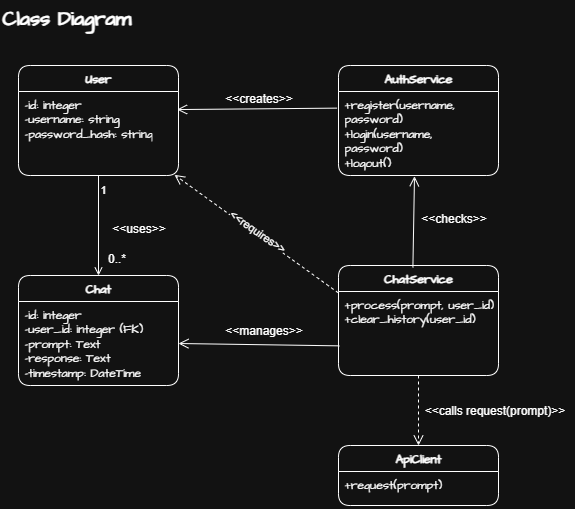
The draw.io diagram docs/class_diagram.png in gapacurar/AIFacade, before a commit. Source tidied: cells renumbered, new cells last; positions are measured from the earlier drawing's top-left corner, leaving out a move shared by most shapes.
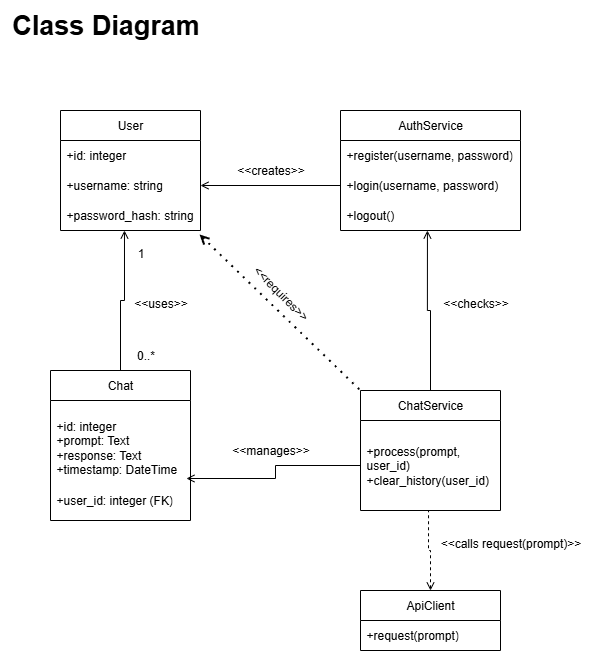
The same file after the commit.

Commit message:
changed the class diagram png to properly show that the attributes are public and not private.

Diff of the diagram source:
```diff
@@ -2,84 +2,95 @@
   <root>
     <mxCell id="0" />
     <mxCell id="1" parent="0" />
-    <mxCell id="2" value="User" style="swimlane;fontStyle=1;align=center;verticalAlign=top;horizontal=1;startSize=26;whiteSpace=wrap;html=1;hachureGap=4;fontFamily=Architects Daughter;fontSource=https%3A%2F%2Ffonts.googleapis.com%2Fcss%3Ffamily%3DArchitects%2BDaughter;rounded=1;labelBackgroundColor=none;" parent="1" vertex="1">
-      <mxGeometry x="18" y="66" width="160" height="110" as="geometry" />
+    <mxCell id="2" value="User" style="swimlane;fontStyle=0;horizontal=1;startSize=30;whiteSpace=wrap;html=1;" parent="1" vertex="1">
+      <mxGeometry x="78" y="196" width="140" height="120" as="geometry" />
     </mxCell>
-    <mxCell id="3" value="-id: integer&lt;div&gt;-username: string&lt;/div&gt;&lt;div&gt;-password_hash: string&lt;/div&gt;" style="text;strokeColor=none;fillColor=none;align=left;verticalAlign=top;spacingLeft=4;spacingRight=4;overflow=hidden;points=[[0,0.5],[1,0.5]];portConstraint=eastwest;whiteSpace=wrap;html=1;fontFamily=Architects Daughter;fontSource=https%3A%2F%2Ffonts.googleapis.com%2Fcss%3Ffamily%3DArchitects%2BDaughter;rounded=1;labelBackgroundColor=none;" parent="2" vertex="1">
-      <mxGeometry y="26" width="160" height="84" as="geometry" />
-    </mxCell>
+    <mxCell id="27" value="+id: integer" style="text;strokeColor=none;fillColor=none;align=left;verticalAlign=middle;spacingLeft=4;spacingRight=4;overflow=hidden;whiteSpace=wrap;html=1;" parent="2" vertex="1">
+      <mxGeometry y="30" width="140" height="30" as="geometry" />
+    </mxCell>
+    <mxCell id="28" value="+username: string" style="text;strokeColor=none;fillColor=none;align=left;verticalAlign=middle;spacingLeft=4;spacingRight=4;overflow=hidden;points=[[0,0.5],[1,0.5]];portConstraint=eastwest;whiteSpace=wrap;html=1;" parent="2" vertex="1">
+      <mxGeometry y="60" width="140" height="30" as="geometry" />
+    </mxCell>
+    <mxCell id="29" value="+password_hash: string" style="text;strokeColor=none;fillColor=none;align=left;verticalAlign=middle;spacingLeft=4;spacingRight=4;overflow=hidden;points=[[0,0.5],[1,0.5]];portConstraint=eastwest;whiteSpace=wrap;html=1;" parent="2" vertex="1">
+      <mxGeometry y="90" width="140" height="30" as="geometry" />
+    </mxCell>
-    <mxCell id="4" value="Chat&lt;div&gt;&lt;br&gt;&lt;/div&gt;" style="swimlane;fontStyle=1;align=center;verticalAlign=top;horizontal=1;startSize=26;whiteSpace=wrap;html=1;hachureGap=4;fontFamily=Architects Daughter;fontSource=https://fonts.googleapis.com/css?family=Architects+Daughter;rounded=1;labelBackgroundColor=none;" parent="1" vertex="1">
-      <mxGeometry x="18" y="276" width="160" height="110" as="geometry" />
+    <mxCell id="4" value="Chat" style="swimlane;fontStyle=0;horizontal=1;startSize=30;whiteSpace=wrap;html=1;" parent="1" vertex="1">
+      <mxGeometry x="68" y="456" width="140" height="150" as="geometry" />
     </mxCell>
-    <mxCell id="5" value="-id: integer&lt;div&gt;-user_id: integer (FK)&lt;/div&gt;&lt;div&gt;-prompt: Text&lt;/div&gt;&lt;div&gt;-response: Text&lt;/div&gt;&lt;div&gt;-timestamp: DateTime&lt;/div&gt;" style="text;strokeColor=none;fillColor=none;align=left;verticalAlign=top;spacingLeft=4;spacingRight=4;overflow=hidden;points=[[0,0.5],[1,0.5]];portConstraint=eastwest;whiteSpace=wrap;html=1;fontFamily=Architects Daughter;fontSource=https://fonts.googleapis.com/css?family=Architects+Daughter;rounded=1;labelBackgroundColor=none;" parent="4" vertex="1">
-      <mxGeometry y="26" width="160" height="84" as="geometry" />
-    </mxCell>
+    <mxCell id="30" value="&lt;br&gt;&lt;div&gt;+id: integer&lt;/div&gt;&lt;div&gt;+prompt: Text&lt;div&gt;+response: Text&lt;/div&gt;&lt;div&gt;+timestamp: DateTime&lt;/div&gt;&lt;/div&gt;" style="text;strokeColor=none;fillColor=none;align=left;verticalAlign=middle;spacingLeft=4;spacingRight=4;overflow=hidden;whiteSpace=wrap;html=1;" parent="4" vertex="1">
+      <mxGeometry y="30" width="140" height="80" as="geometry" />
+    </mxCell>
+    <mxCell id="31" value="+user_id: integer (FK)" style="text;strokeColor=none;fillColor=none;align=left;verticalAlign=middle;spacingLeft=4;spacingRight=4;overflow=hidden;points=[[0,0.5],[1,0.5]];portConstraint=eastwest;whiteSpace=wrap;html=1;" parent="4" vertex="1">
+      <mxGeometry y="110" width="140" height="40" as="geometry" />
+    </mxCell>
-    <mxCell id="6" value="AuthService" style="swimlane;fontStyle=1;align=center;verticalAlign=top;horizontal=1;startSize=26;whiteSpace=wrap;html=1;hachureGap=4;fontFamily=Architects Daughter;fontSource=https://fonts.googleapis.com/css?family=Architects+Daughter;rounded=1;labelBackgroundColor=none;" parent="1" vertex="1">
-      <mxGeometry x="338" y="66" width="160" height="110" as="geometry" />
+    <mxCell id="6" value="AuthService" style="swimlane;fontStyle=0;horizontal=1;startSize=30;whiteSpace=wrap;html=1;" parent="1" vertex="1">
+      <mxGeometry x="358" y="196" width="180" height="120" as="geometry" />
     </mxCell>
-    <mxCell id="7" value="+register(username, password)&lt;div&gt;+login(username, password)&lt;/div&gt;&lt;div&gt;+logout()&lt;/div&gt;" style="text;strokeColor=none;fillColor=none;align=left;verticalAlign=top;spacingLeft=4;spacingRight=4;overflow=hidden;points=[[0,0.5],[1,0.5]];portConstraint=eastwest;whiteSpace=wrap;html=1;fontFamily=Architects Daughter;fontSource=https://fonts.googleapis.com/css?family=Architects+Daughter;rounded=1;labelBackgroundColor=none;" parent="6" vertex="1">
-      <mxGeometry y="26" width="160" height="84" as="geometry" />
-    </mxCell>
+    <mxCell id="32" value="+register(username, password)" style="text;strokeColor=none;fillColor=none;align=left;verticalAlign=middle;spacingLeft=4;spacingRight=4;overflow=hidden;whiteSpace=wrap;html=1;" parent="6" vertex="1">
+      <mxGeometry y="30" width="180" height="30" as="geometry" />
+    </mxCell>
+    <mxCell id="33" value="+login(username, password)" style="text;strokeColor=none;fillColor=none;align=left;verticalAlign=middle;spacingLeft=4;spacingRight=4;overflow=hidden;points=[[0,0.5],[1,0.5]];portConstraint=eastwest;whiteSpace=wrap;html=1;" parent="6" vertex="1">
+      <mxGeometry y="60" width="180" height="30" as="geometry" />
+    </mxCell>
+    <mxCell id="34" value="+logout()" style="text;strokeColor=none;fillColor=none;align=left;verticalAlign=middle;spacingLeft=4;spacingRight=4;overflow=hidden;points=[[0,0.5],[1,0.5]];portConstraint=eastwest;whiteSpace=wrap;html=1;" parent="6" vertex="1">
+      <mxGeometry y="90" width="180" height="30" as="geometry" />
+    </mxCell>
-    <mxCell id="8" value="ChatService" style="swimlane;fontStyle=1;align=center;verticalAlign=top;horizontal=1;startSize=26;whiteSpace=wrap;html=1;hachureGap=4;fontFamily=Architects Daughter;fontSource=https://fonts.googleapis.com/css?family=Architects+Daughter;rounded=1;labelBackgroundColor=none;" parent="1" vertex="1">
-      <mxGeometry x="338" y="266" width="160" height="110" as="geometry" />
+    <mxCell id="8" value="ChatService" style="swimlane;fontStyle=0;horizontal=1;startSize=30;whiteSpace=wrap;html=1;" parent="1" vertex="1">
+      <mxGeometry x="378" y="476" width="140" height="120" as="geometry" />
     </mxCell>
-    <mxCell id="9" value="+process(prompt, user_id)&lt;div&gt;+clear_history(user_id)&lt;/div&gt;" style="text;strokeColor=none;fillColor=none;align=left;verticalAlign=top;spacingLeft=4;spacingRight=4;overflow=hidden;points=[[0,0.5],[1,0.5]];portConstraint=eastwest;whiteSpace=wrap;html=1;fontFamily=Architects Daughter;fontSource=https://fonts.googleapis.com/css?family=Architects+Daughter;rounded=1;labelBackgroundColor=none;" parent="8" vertex="1">
-      <mxGeometry y="26" width="160" height="84" as="geometry" />
+    <mxCell id="9" value="+process(prompt, user_id)&lt;div&gt;+clear_history(user_id)&lt;/div&gt;" style="text;strokeColor=none;fillColor=none;align=left;verticalAlign=middle;spacingLeft=4;spacingRight=4;overflow=hidden;points=[[0,0.5],[1,0.5]];portConstraint=eastwest;whiteSpace=wrap;html=1;" parent="8" vertex="1">
+      <mxGeometry y="30" width="140" height="90" as="geometry" />
     </mxCell>
-    <mxCell id="10" value="ApiClient&lt;div&gt;&lt;br&gt;&lt;/div&gt;" style="swimlane;fontStyle=1;align=center;verticalAlign=top;horizontal=1;startSize=26;whiteSpace=wrap;html=1;hachureGap=4;fontFamily=Architects Daughter;fontSource=https://fonts.googleapis.com/css?family=Architects+Daughter;rounded=1;labelBackgroundColor=none;" parent="1" vertex="1">
-      <mxGeometry x="338" y="446" width="160" height="60" as="geometry" />
+    <mxCell id="10" value="ApiClient" style="swimlane;fontStyle=0;horizontal=1;startSize=30;whiteSpace=wrap;html=1;" parent="1" vertex="1">
+      <mxGeometry x="378" y="676" width="140" height="60" as="geometry" />
     </mxCell>
-    <mxCell id="11" value="+request(prompt)" style="text;strokeColor=none;fillColor=none;align=left;verticalAlign=top;spacingLeft=4;spacingRight=4;overflow=hidden;whiteSpace=wrap;html=1;fontFamily=Architects Daughter;fontSource=https://fonts.googleapis.com/css?family=Architects+Daughter;rounded=1;labelBackgroundColor=none;" parent="10" vertex="1">
-      <mxGeometry y="26" width="160" height="34" as="geometry" />
+    <mxCell id="11" value="+request(prompt)" style="text;strokeColor=none;fillColor=none;align=left;verticalAlign=middle;spacingLeft=4;spacingRight=4;overflow=hidden;whiteSpace=wrap;html=1;" parent="10" vertex="1">
+      <mxGeometry y="30" width="140" height="30" as="geometry" />
     </mxCell>
-    <mxCell id="12" style="endArrow=open;endFill=0;html=1;edgeStyle=orthogonalEdgeStyle;align=left;verticalAlign=top;rounded=0;exitX=0.5;exitY=1;exitDx=0;exitDy=0;labelBackgroundColor=none;fontColor=default;" parent="1" edge="1" source="2" target="4">
-      <mxGeometry x="-1" relative="1" as="geometry" />
-    </mxCell>
+    <mxCell id="35" style="edgeStyle=orthogonalEdgeStyle;rounded=0;jettySize=auto;html=1;exitX=0;exitY=0.5;exitDx=0;exitDy=0;entryX=0.971;entryY=-0.05;entryDx=0;entryDy=0;entryPerimeter=0;endArrow=open;endFill=0;" parent="1" edge="1" source="9" target="31">
+      <mxGeometry relative="1" as="geometry" />
+    </mxCell>
+    <mxCell id="19" value="&amp;lt;&amp;lt;manages&amp;gt;&amp;gt;" style="text;html=1;align=center;verticalAlign=middle;strokeColor=none;fillColor=none;" parent="1" vertex="1">
+      <mxGeometry x="238" y="521" width="100" height="30" as="geometry" />
+    </mxCell>
+    <mxCell id="36" style="edgeStyle=orthogonalEdgeStyle;rounded=0;jettySize=auto;html=1;exitX=0.5;exitY=0;exitDx=0;exitDy=0;entryX=0.457;entryY=1;entryDx=0;entryDy=0;entryPerimeter=0;endArrow=open;endFill=0;" parent="1" edge="1" source="4" target="29">
+      <mxGeometry relative="1" as="geometry" />
+    </mxCell>
-    <mxCell id="13" value="1" style="edgeLabel;html=1;align=left;verticalAlign=bottom;labelBackgroundColor=none;" parent="12" vertex="1">
-      <mxGeometry x="-1" relative="1" as="geometry">
-        <mxPoint y="22" as="offset" />
-      </mxGeometry>
+    <mxCell id="13" value="1" style="text;html=1;align=center;verticalAlign=middle;strokeColor=none;fillColor=none;" parent="1" vertex="1">
+      <mxGeometry x="143" y="324" width="30" height="30" as="geometry" />
     </mxCell>
-    <mxCell id="14" value="0..*" style="text;html=1;align=center;verticalAlign=middle;strokeColor=none;fillColor=none;labelBackgroundColor=none;" parent="1" vertex="1">
-      <mxGeometry x="96" y="244" width="40" height="30" as="geometry" />
+    <mxCell id="14" value="0..*" style="text;html=1;align=center;verticalAlign=middle;strokeColor=none;fillColor=none;" parent="1" vertex="1">
+      <mxGeometry x="143" y="426" width="40" height="30" as="geometry" />
     </mxCell>
-    <mxCell id="15" value="&amp;lt;&amp;lt;uses&amp;gt;&amp;gt;" style="text;html=1;align=center;verticalAlign=middle;strokeColor=none;fillColor=none;labelBackgroundColor=none;" parent="1" vertex="1">
-      <mxGeometry x="98" y="214" width="80" height="30" as="geometry" />
+    <mxCell id="15" value="&amp;lt;&amp;lt;uses&amp;gt;&amp;gt;" style="text;html=1;align=center;verticalAlign=middle;strokeColor=none;fillColor=none;" parent="1" vertex="1">
+      <mxGeometry x="138" y="374" width="80" height="30" as="geometry" />
     </mxCell>
-    <mxCell id="16" style="endArrow=open;startArrow=none;endFill=0;startFill=0;endSize=8;html=1;verticalAlign=bottom;labelBackgroundColor=none;strokeWidth=1;rounded=0;entryX=0.991;entryY=0.215;entryDx=0;entryDy=0;entryPerimeter=0;exitX=-0.009;exitY=0.198;exitDx=0;exitDy=0;exitPerimeter=0;fontColor=default;" parent="1" edge="1" source="7" target="3">
-      <mxGeometry relative="1" as="geometry" />
-    </mxCell>
+    <mxCell id="37" style="edgeStyle=orthogonalEdgeStyle;rounded=0;jettySize=auto;html=1;exitX=0.5;exitY=0;exitDx=0;exitDy=0;entryX=0.486;entryY=1;entryDx=0;entryDy=0;entryPerimeter=0;startArrow=open;startFill=0;endArrow=none;endFill=0;dashed=1;" parent="1" edge="1" source="10" target="9">
+      <mxGeometry relative="1" as="geometry" />
+    </mxCell>
+    <mxCell id="21" value="&amp;lt;&amp;lt;calls request(prompt)&amp;gt;&amp;gt;" style="text;html=1;align=center;verticalAlign=middle;strokeColor=none;fillColor=none;" parent="1" vertex="1">
+      <mxGeometry x="448" y="614" width="160" height="30" as="geometry" />
+    </mxCell>
+    <mxCell id="38" style="edgeStyle=orthogonalEdgeStyle;rounded=0;jettySize=auto;html=1;exitX=0.5;exitY=0;exitDx=0;exitDy=0;entryX=0.483;entryY=1;entryDx=0;entryDy=0;entryPerimeter=0;endArrow=open;endFill=0;" parent="1" edge="1" source="8" target="34">
+      <mxGeometry relative="1" as="geometry" />
+    </mxCell>
+    <mxCell id="23" value="&amp;lt;&amp;lt;checks&amp;gt;&amp;gt;" style="text;html=1;align=center;verticalAlign=middle;strokeColor=none;fillColor=none;" parent="1" vertex="1">
+      <mxGeometry x="448" y="374" width="90" height="30" as="geometry" />
+    </mxCell>
+    <mxCell id="39" style="endArrow=none;dashed=1;html=1;dashPattern=1 3;strokeWidth=2;rounded=0;entryX=0;entryY=0;entryDx=0;entryDy=0;exitX=0.993;exitY=1.133;exitDx=0;exitDy=0;exitPerimeter=0;endFill=0;startArrow=open;startFill=0;" parent="1" edge="1" source="29" target="8">
+      <mxGeometry relative="1" as="geometry" />
+    </mxCell>
+    <mxCell id="25" value="&amp;lt;&amp;lt;requires&amp;gt;&amp;gt;" style="text;html=1;align=center;verticalAlign=middle;strokeColor=none;fillColor=none;rotation=45;" parent="1" vertex="1">
+      <mxGeometry x="253" y="364" width="90" height="30" as="geometry" />
+    </mxCell>
+    <mxCell id="40" style="edgeStyle=orthogonalEdgeStyle;rounded=0;jettySize=auto;html=1;exitX=1;exitY=0.5;exitDx=0;exitDy=0;endArrow=none;endFill=0;startArrow=open;startFill=0;" parent="1" edge="1" source="28" target="33">
+      <mxGeometry relative="1" as="geometry" />
+    </mxCell>
-    <mxCell id="17" value="&amp;lt;&amp;lt;creates&amp;gt;&amp;gt;" style="text;html=1;align=center;verticalAlign=middle;strokeColor=none;fillColor=none;labelBackgroundColor=none;" parent="1" vertex="1">
-      <mxGeometry x="213" y="84" width="90" height="30" as="geometry" />
+    <mxCell id="17" value="&amp;lt;&amp;lt;creates&amp;gt;&amp;gt;" style="text;html=1;align=center;verticalAlign=middle;strokeColor=none;fillColor=none;" parent="1" vertex="1">
+      <mxGeometry x="243" y="241" width="90" height="30" as="geometry" />
     </mxCell>
-    <mxCell id="18" style="endArrow=open;startArrow=none;endFill=0;startFill=0;endSize=8;html=1;verticalAlign=bottom;labelBackgroundColor=none;strokeWidth=1;rounded=0;entryX=1;entryY=0.5;entryDx=0;entryDy=0;exitX=0.005;exitY=0.647;exitDx=0;exitDy=0;exitPerimeter=0;fontColor=default;" parent="1" edge="1" source="9" target="5">
-      <mxGeometry relative="1" as="geometry" />
-    </mxCell>
-    <mxCell id="19" value="&amp;lt;&amp;lt;manages&amp;gt;&amp;gt;" style="text;html=1;align=center;verticalAlign=middle;strokeColor=none;fillColor=none;labelBackgroundColor=none;" parent="1" vertex="1">
-      <mxGeometry x="213" y="316" width="100" height="30" as="geometry" />
-    </mxCell>
-    <mxCell id="20" style="endArrow=open;startArrow=none;endFill=0;startFill=0;endSize=8;html=1;verticalAlign=bottom;labelBackgroundColor=none;strokeWidth=1;rounded=0;dashed=1;fontColor=default;exitX=0.5;exitY=1;exitDx=0;exitDy=0;" parent="1" edge="1" source="8" target="10">
-      <mxGeometry relative="1" as="geometry" />
-    </mxCell>
-    <mxCell id="21" value="&amp;lt;&amp;lt;calls request(prompt)&amp;gt;&amp;gt;" style="text;html=1;align=center;verticalAlign=middle;strokeColor=none;fillColor=none;labelBackgroundColor=none;" parent="1" vertex="1">
-      <mxGeometry x="414" y="396" width="160" height="30" as="geometry" />
-    </mxCell>
-    <mxCell id="22" style="endArrow=open;startArrow=none;endFill=0;startFill=0;endSize=8;html=1;verticalAlign=bottom;labelBackgroundColor=none;strokeWidth=1;rounded=0;entryX=0.475;entryY=1.009;entryDx=0;entryDy=0;entryPerimeter=0;exitX=0.465;exitY=0.017;exitDx=0;exitDy=0;exitPerimeter=0;" parent="1" edge="1" source="8" target="7">
-      <mxGeometry relative="1" as="geometry" />
-    </mxCell>
-    <mxCell id="23" value="&amp;lt;&amp;lt;checks&amp;gt;&amp;gt;" style="text;html=1;align=center;verticalAlign=middle;strokeColor=none;fillColor=none;" parent="1" vertex="1">
-      <mxGeometry x="408" y="204" width="90" height="30" as="geometry" />
-    </mxCell>
-    <mxCell id="24" style="endArrow=open;startArrow=none;endFill=0;startFill=0;endSize=8;html=1;verticalAlign=bottom;labelBackgroundColor=none;strokeWidth=1;rounded=0;dashed=1;fontColor=default;exitX=0;exitY=0.25;exitDx=0;exitDy=0;entryX=0.975;entryY=0.992;entryDx=0;entryDy=0;entryPerimeter=0;" parent="1" edge="1" source="8" target="3">
-      <mxGeometry relative="1" as="geometry" />
-    </mxCell>
-    <mxCell id="25" value="&amp;lt;&amp;lt;requires&amp;gt;&amp;gt;" style="edgeLabel;html=1;align=center;verticalAlign=middle;rotation=35;" parent="24" vertex="1">
-      <mxGeometry x="0.01" y="-3" relative="1" as="geometry" />
-    </mxCell>
-    <object id="26" label="&lt;font style=&quot;font-size: 20px&quot;&gt;&lt;b&gt;&lt;div style=&quot;text-align: left&quot;&gt;%c4Name%&lt;/div&gt;&lt;/b&gt;&lt;/font&gt;&lt;div style=&quot;text-align: left&quot;&gt;%c4Description%&lt;/div&gt;" c4Description="" c4Name="Class Diagram" c4Type="ContainerScopeBoundary" placeholders="1">
-      <mxCell style="text;html=1;strokeColor=none;fillColor=none;align=left;verticalAlign=top;whiteSpace=wrap;rounded=1;fontFamily=Architects Daughter;fontSource=https%3A%2F%2Ffonts.googleapis.com%2Fcss%3Ffamily%3DArchitects%2BDaughter;" parent="1" vertex="1">
-        <mxGeometry width="260" height="40" as="geometry" />
-      </mxCell>
-    </object>
+    <mxCell id="41" value="&lt;font style=&quot;font-size: 27px;&quot;&gt;&lt;b&gt;Class Diagram&lt;/b&gt;&lt;/font&gt;" style="text;html=1;align=center;verticalAlign=middle;strokeColor=none;fillColor=none;" parent="1" vertex="1">
+      <mxGeometry x="18" y="86" width="210" height="50" as="geometry" />
+    </mxCell>
   </root>
 </mxGraphModel>
```
